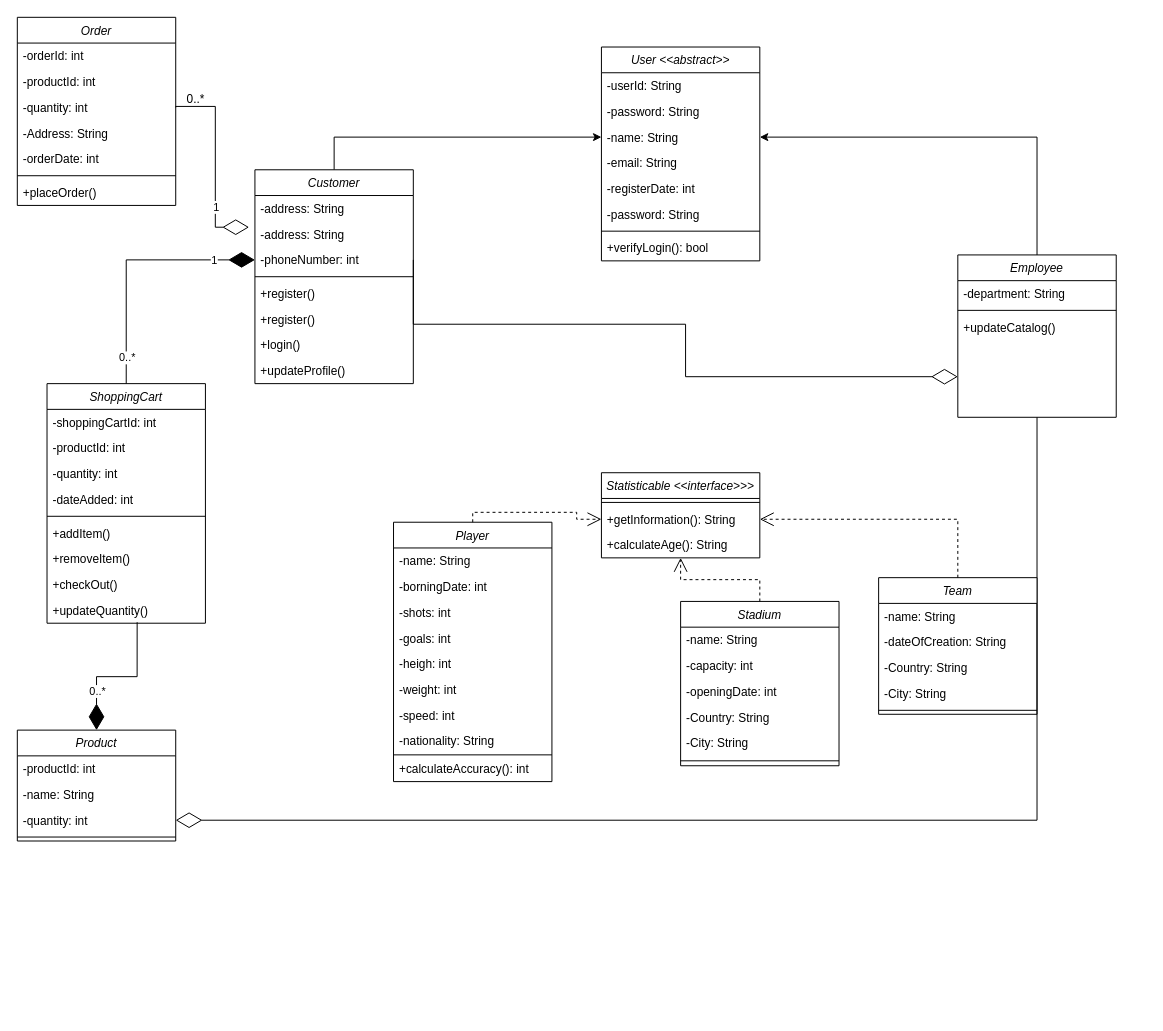
Azuara97/HockeyLeagues keeps this draw.io diagram as Documentation/Class Diagram.drawio. Above is the earlier version. Source tidied: cells renumbered, new cells numbered last; positions are measured from the earlier drawing's top-left corner, leaving out a move shared by most shapes. Both pictures are drawn from the tidied source at 99%, with x=0, y=0 at pixel (17, 17).
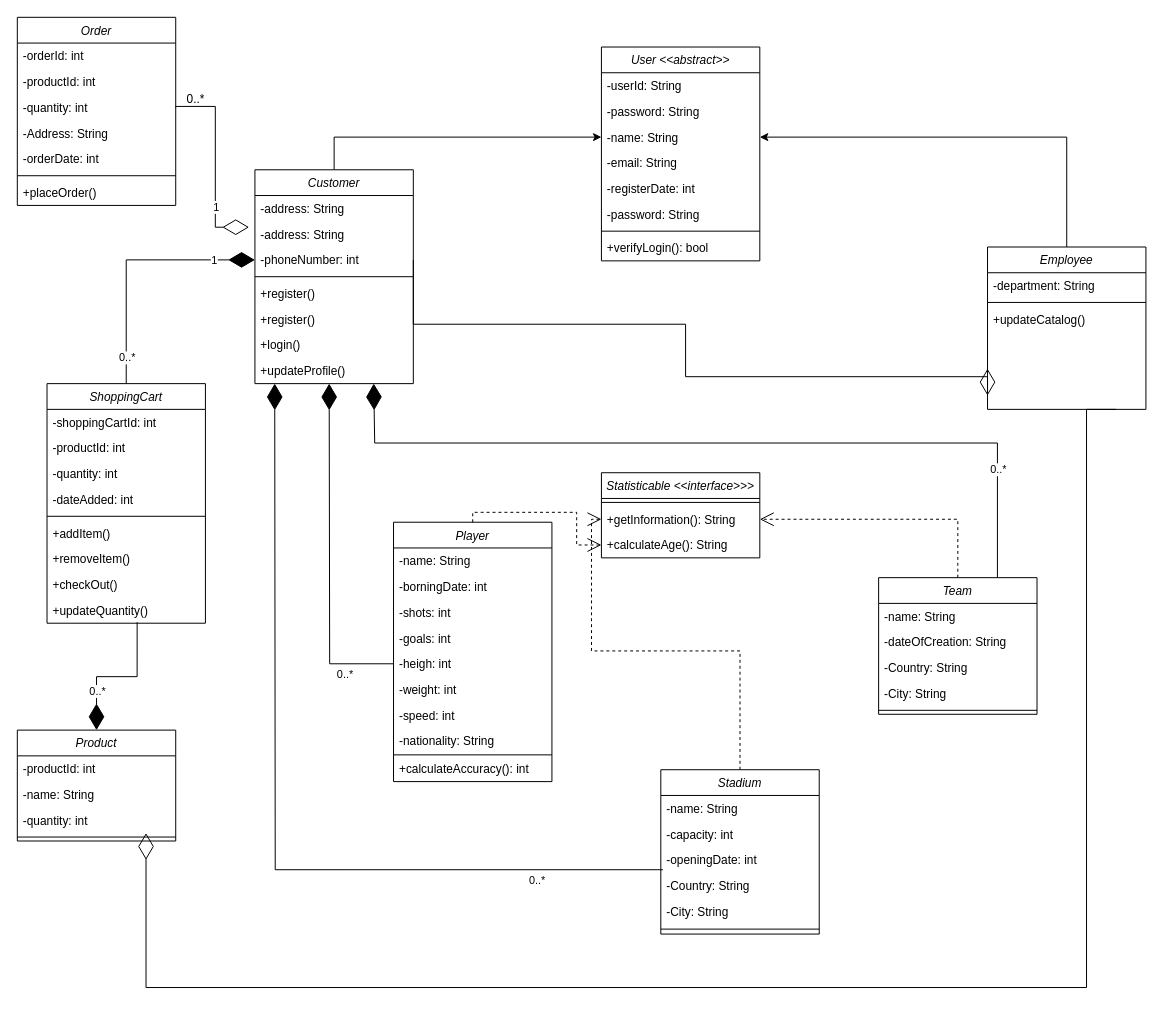
Above is the later version.

The change refers to these unchanged cells:
```xml
<mxCell id="42" value="-quantity: int" style="text;align=left;verticalAlign=top;spacingLeft=4;spacingRight=4;overflow=hidden;points=[[0,0.5],[1,0.5]];portConstraint=eastwest;rounded=0;shadow=0;html=0;" parent="39" vertex="1">
  <mxGeometry y="78" width="160" height="26" as="geometry" />
</mxCell>
<mxCell id="55" value="Statisticable &lt;&lt;interface&gt;&gt;&gt;" style="swimlane;fontStyle=2;align=center;verticalAlign=top;horizontal=1;startSize=26;rounded=0;shadow=0;strokeWidth=1;" parent="1" vertex="1">
  <mxGeometry x="590" y="460" width="160" height="86" as="geometry" />
</mxCell>
<mxCell id="57" value="+getInformation(): String" style="text;align=left;verticalAlign=top;spacingLeft=4;spacingRight=4;overflow=hidden;points=[[0,0.5],[1,0.5]];portConstraint=eastwest;rounded=0;shadow=0;html=0;" parent="55" vertex="1">
  <mxGeometry y="34" width="160" height="26" as="geometry" />
</mxCell>
<mxCell id="58" value="+calculateAge(): String" style="text;align=left;verticalAlign=top;spacingLeft=4;spacingRight=4;overflow=hidden;points=[[0,0.5],[1,0.5]];portConstraint=eastwest;rounded=0;shadow=0;html=0;" parent="55" vertex="1">
  <mxGeometry y="60" width="160" height="26" as="geometry" />
</mxCell>
<mxCell id="59" value="Player" style="swimlane;fontStyle=2;align=center;verticalAlign=top;horizontal=1;startSize=26;rounded=0;shadow=0;strokeWidth=1;" parent="1" vertex="1">
  <mxGeometry x="380" y="510" width="160" height="262" as="geometry" />
</mxCell>
<mxCell id="64" value="-heigh: int" style="text;align=left;verticalAlign=top;spacingLeft=4;spacingRight=4;overflow=hidden;points=[[0,0.5],[1,0.5]];portConstraint=eastwest;rounded=0;shadow=0;html=0;" parent="59" vertex="1">
  <mxGeometry y="130" width="160" height="26" as="geometry" />
</mxCell>
<mxCell id="73" value="-openingDate: int" style="text;align=left;verticalAlign=top;spacingLeft=4;spacingRight=4;overflow=hidden;points=[[0,0.5],[1,0.5]];portConstraint=eastwest;rounded=0;shadow=0;html=0;" parent="70" vertex="1">
  <mxGeometry y="78" width="160" height="26" as="geometry" />
</mxCell>
<mxCell id="77" value="Team" style="swimlane;fontStyle=2;align=center;verticalAlign=top;horizontal=1;startSize=26;rounded=0;shadow=0;strokeWidth=1;" parent="1" vertex="1">
  <mxGeometry x="870" y="566" width="160" height="138" as="geometry" />
</mxCell>
```

Diff of the diagram source:
```diff
@@
     <mxCell id="22" value="Employee" style="swimlane;fontStyle=2;align=center;verticalAlign=top;horizontal=1;startSize=26;rounded=0;shadow=0;strokeWidth=1;" parent="1" vertex="1">
-      <mxGeometry x="950" y="240" width="160" height="164" as="geometry" />
+      <mxGeometry x="980" y="232" width="160" height="164" as="geometry" />
     </mxCell>
@@
-    <mxCell id="46" style="endArrow=diamondThin;endFill=0;endSize=24;html=1;rounded=0;edgeStyle=orthogonalEdgeStyle;exitX=0.5;exitY=1;exitDx=0;exitDy=0;" parent="1" edge="1" source="22" target="42">
-      <mxGeometry relative="1" as="geometry" />
+    <mxCell id="46" style="endArrow=diamondThin;endFill=0;endSize=24;html=1;rounded=0;edgeStyle=orthogonalEdgeStyle;exitX=0.5;exitY=1;exitDx=0;exitDy=0;" parent="1" edge="1">
+      <mxGeometry relative="1" as="geometry">
+        <mxPoint x="1110" y="396" as="sourcePoint" />
+        <mxPoint x="130" y="824" as="targetPoint" />
+        <Array as="points">
+          <mxPoint x="1080" y="980" />
+          <mxPoint x="130" y="980" />
+        </Array>
+      </mxGeometry>
     </mxCell>
@@
     <mxCell id="70" value="Stadium" style="swimlane;fontStyle=2;align=center;verticalAlign=top;horizontal=1;startSize=26;rounded=0;shadow=0;strokeWidth=1;" parent="1" vertex="1">
-      <mxGeometry x="670" y="590" width="160" height="166" as="geometry" />
+      <mxGeometry x="650" y="760" width="160" height="166" as="geometry" />
     </mxCell>
@@
-    <mxCell id="83" style="endArrow=open;endSize=12;dashed=1;html=1;rounded=0;edgeStyle=orthogonalEdgeStyle;exitX=0.5;exitY=0;exitDx=0;exitDy=0;entryX=0;entryY=0.5;entryDx=0;entryDy=0;" parent="1" edge="1" source="59" target="57">
-      <mxGeometry relative="1" as="geometry" />
-    </mxCell>
-    <mxCell id="84" style="endArrow=open;endSize=12;dashed=1;html=1;rounded=0;edgeStyle=orthogonalEdgeStyle;exitX=0.5;exitY=0;exitDx=0;exitDy=0;entryX=0.5;entryY=1;entryDx=0;entryDy=0;" parent="1" edge="1" source="70" target="55">
+    <mxCell id="84" style="endArrow=open;endSize=12;dashed=1;html=1;rounded=0;edgeStyle=orthogonalEdgeStyle;exitX=0.5;exitY=0;exitDx=0;exitDy=0;entryX=0;entryY=0.5;entryDx=0;entryDy=0;" parent="1" edge="1" source="70" target="57">
       <mxGeometry relative="1" as="geometry" />
     </mxCell>
@@
+    <mxCell id="90" style="endArrow=open;endSize=12;dashed=1;html=1;rounded=0;exitX=0.5;exitY=0;exitDx=0;exitDy=0;edgeStyle=orthogonalEdgeStyle;" parent="1" edge="1" source="59" target="58">
+      <mxGeometry relative="1" as="geometry" />
+    </mxCell>
@@
+    <mxCell id="91" style="endArrow=diamondThin;endFill=1;endSize=24;html=1;rounded=0;entryX=0;entryY=0.5;entryDx=0;entryDy=0;edgeStyle=orthogonalEdgeStyle;" parent="1" edge="1" source="64">
+      <mxGeometry relative="1" as="geometry">
+        <mxPoint x="315" y="370" as="targetPoint" />
+      </mxGeometry>
+    </mxCell>
+    <mxCell id="92" value="0..*" style="edgeLabel;html=1;align=center;verticalAlign=middle;" parent="91" vertex="1">
+      <mxGeometry x="-0.71" relative="1" as="geometry">
+        <mxPoint y="10" as="offset" />
+      </mxGeometry>
+    </mxCell>
+    <mxCell id="93" style="endArrow=diamondThin;endFill=1;endSize=24;html=1;rounded=0;entryX=0;entryY=0.5;entryDx=0;entryDy=0;edgeStyle=orthogonalEdgeStyle;exitX=0.013;exitY=0.885;exitDx=0;exitDy=0;exitPerimeter=0;" parent="1" edge="1" source="73">
+      <mxGeometry relative="1" as="geometry">
+        <mxPoint x="260" y="370" as="targetPoint" />
+      </mxGeometry>
+    </mxCell>
+    <mxCell id="94" value="0..*" style="edgeLabel;html=1;align=center;verticalAlign=middle;" parent="93" vertex="1">
+      <mxGeometry x="-0.71" relative="1" as="geometry">
+        <mxPoint y="10" as="offset" />
+      </mxGeometry>
+    </mxCell>
+    <mxCell id="95" style="endArrow=diamondThin;endFill=1;endSize=24;html=1;rounded=0;entryX=0;entryY=0.5;entryDx=0;entryDy=0;edgeStyle=orthogonalEdgeStyle;exitX=0.75;exitY=0;exitDx=0;exitDy=0;" parent="1" edge="1" source="77">
+      <mxGeometry relative="1" as="geometry">
+        <mxPoint x="360" y="370" as="targetPoint" />
+        <Array as="points">
+          <mxPoint x="990" y="430" />
+          <mxPoint x="361" y="430" />
+        </Array>
+      </mxGeometry>
+    </mxCell>
+    <mxCell id="96" value="0..*" style="edgeLabel;html=1;align=center;verticalAlign=middle;" parent="95" vertex="1">
+      <mxGeometry x="-0.71" relative="1" as="geometry">
+        <mxPoint y="10" as="offset" />
+      </mxGeometry>
+    </mxCell>
```
